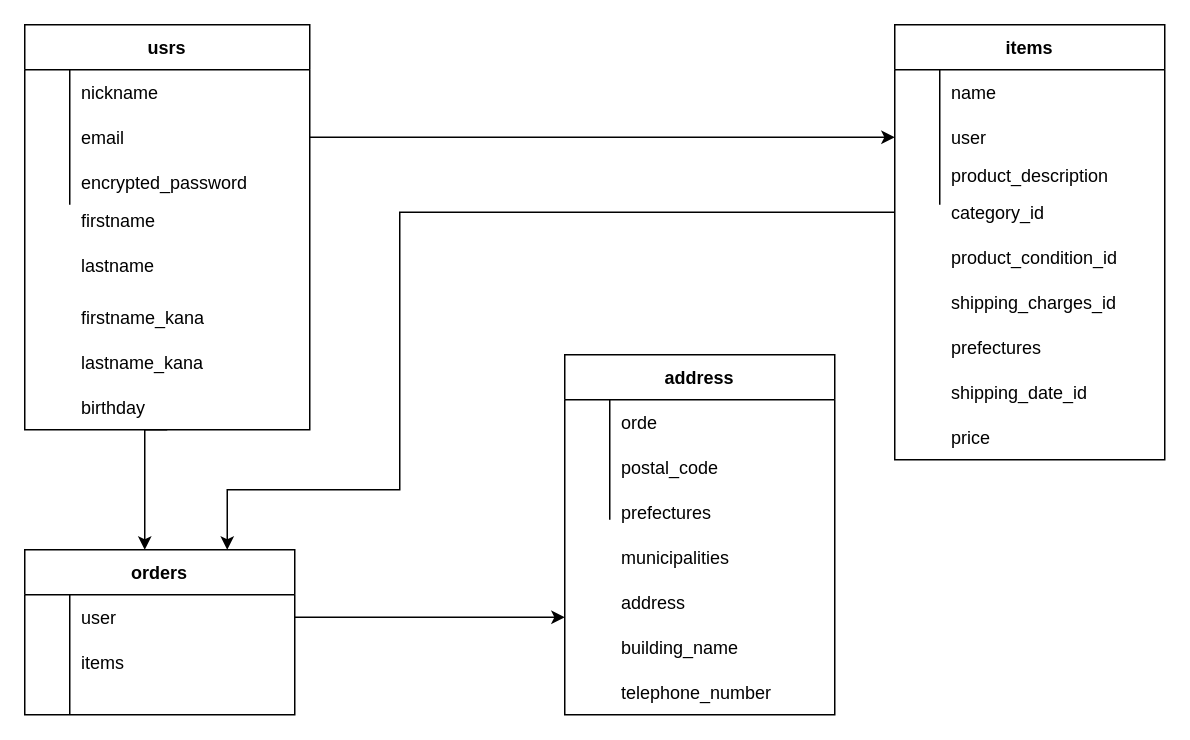
Above: test.dio in sol3enjineer/furima-34963 (draw.io), before the change. Source tidied: cells renumbered, new cells numbered last; positions are measured from the earlier drawing's top-left corner, leaving out a move shared by most shapes. Both pictures are drawn from the tidied source at 150%, with x=0, y=0 at pixel (24, 24).
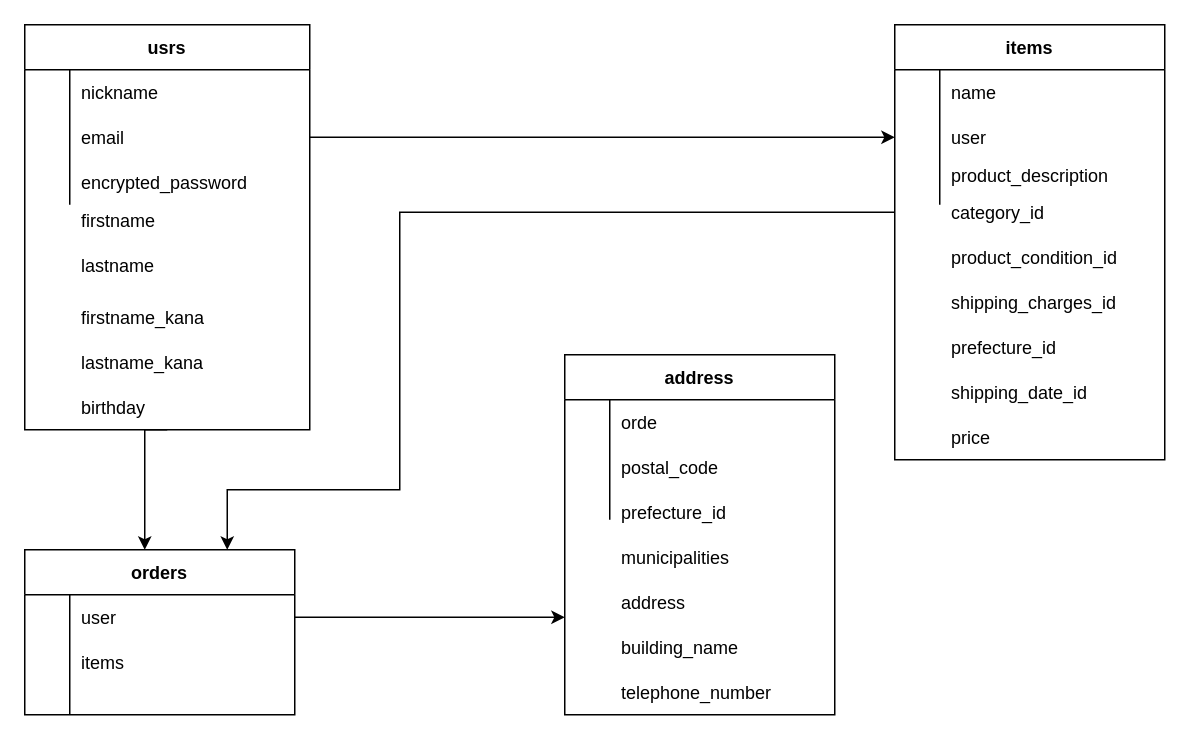
After the change.

Commit message (it also covers changes not shown here):
データベース設計6

Unchanged cells that the change refers to:
```xml
<mxCell id="34" style="shape=partialRectangle;fillColor=none;top=0;left=0;bottom=0;right=0;" parent="1" vertex="1">
  <mxGeometry x="580" y="200" width="180" height="30" as="geometry" />
</mxCell>
```

Change to the diagram source:
```diff
@@
-    <mxCell id="36" value="prefectures" style="shape=partialRectangle;fillColor=none;top=0;left=0;bottom=0;right=0;align=left;spacingLeft=6;overflow=hidden;" parent="34" vertex="1">
+    <mxCell id="36" value="prefecture_id" style="shape=partialRectangle;fillColor=none;top=0;left=0;bottom=0;right=0;align=left;spacingLeft=6;overflow=hidden;" parent="34" vertex="1">
       <mxGeometry x="30" width="150" height="30" as="geometry" />
     </mxCell>
@@
-    <mxCell id="71" value="prefectures" style="shape=partialRectangle;fillColor=none;top=0;left=0;bottom=0;right=0;align=left;spacingLeft=6;overflow=hidden;" parent="1" vertex="1">
+    <mxCell id="71" value="prefecture_id" style="shape=partialRectangle;fillColor=none;top=0;left=0;bottom=0;right=0;align=left;spacingLeft=6;overflow=hidden;" parent="1" vertex="1">
       <mxGeometry x="390" y="310" width="150" height="30" as="geometry" />
     </mxCell>
```
